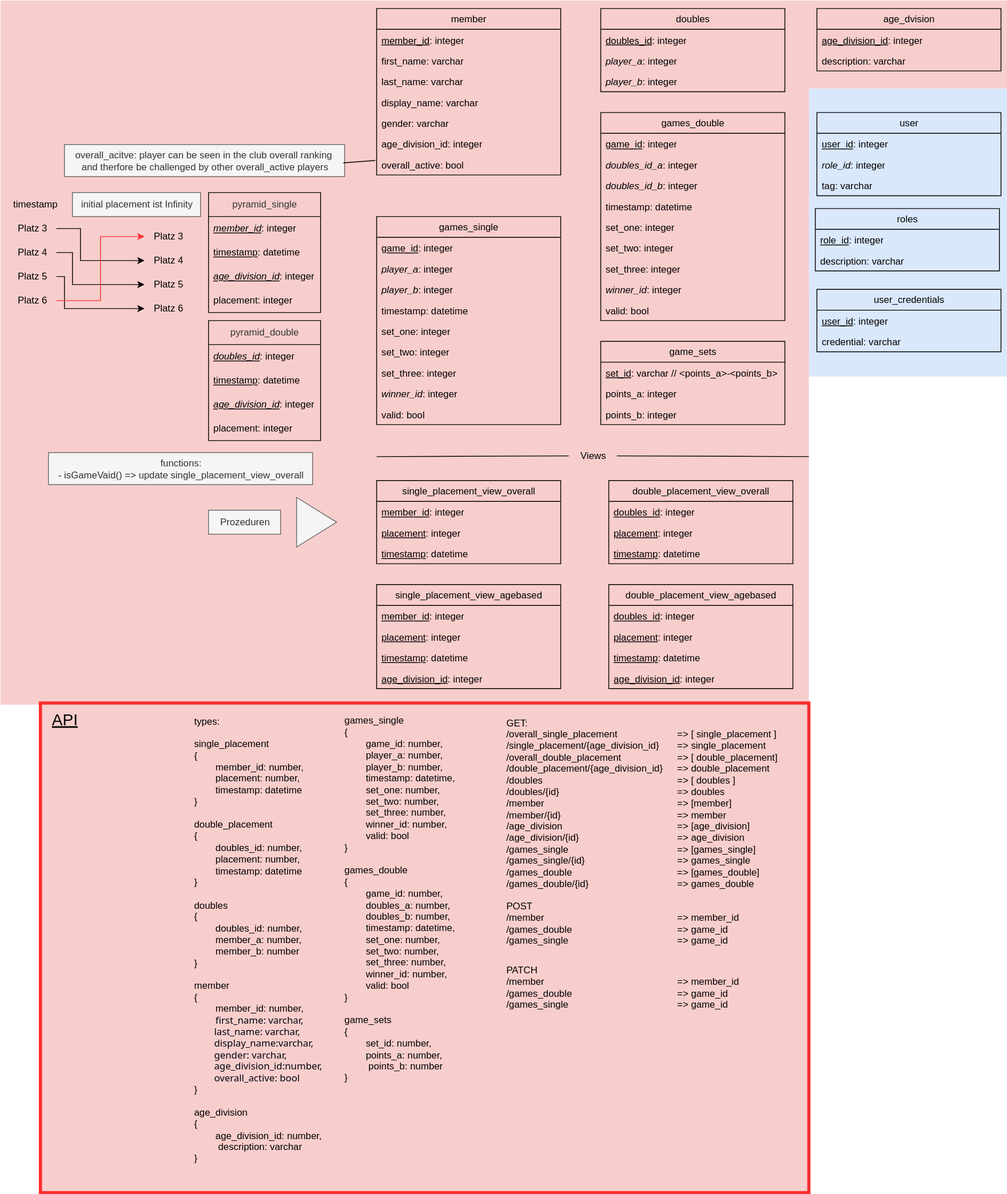
Earlier version of the draw.io export docs/uploads/api_database_doku.drawio.svg (mexterng/badminton_bcgw). Source tidied: cells renumbered, new cells last; positions are measured from the earlier drawing's top-left corner, leaving out a move shared by most shapes.
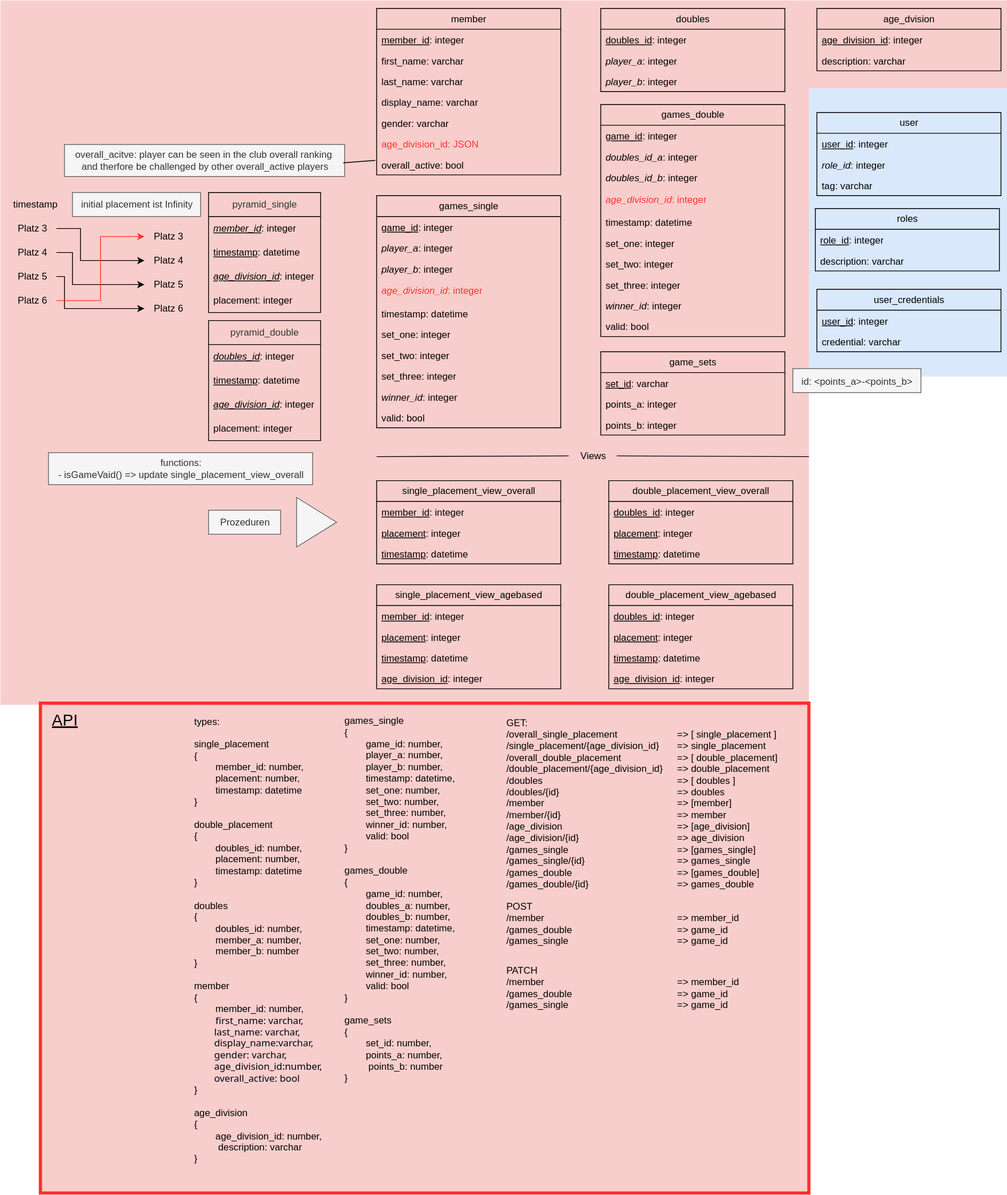
Later version of the same file.

Commit message:
feat(db): add age_division to games_single and games_double; change age_division_id to JSON

The edit, as a diff of the source:
```diff
@@ -32,14 +32,14 @@
     <mxCell id="11" value="gender: varchar" style="text;strokeColor=none;fillColor=none;align=left;verticalAlign=top;spacingLeft=4;spacingRight=4;overflow=hidden;whiteSpace=wrap;html=1;" parent="6" vertex="1">
       <mxGeometry y="130" width="230" height="26" as="geometry" />
     </mxCell>
-    <mxCell id="12" value="age_division_id: integer" style="text;strokeColor=none;fillColor=none;align=left;verticalAlign=top;spacingLeft=4;spacingRight=4;overflow=hidden;whiteSpace=wrap;html=1;" parent="6" vertex="1">
+    <mxCell id="12" value="&lt;font style=&quot;color: rgb(255, 51, 51);&quot;&gt;age_division_id: JSON&lt;/font&gt;" style="text;strokeColor=none;fillColor=none;align=left;verticalAlign=top;spacingLeft=4;spacingRight=4;overflow=hidden;whiteSpace=wrap;html=1;" parent="6" vertex="1">
       <mxGeometry y="156" width="230" height="26" as="geometry" />
     </mxCell>
     <mxCell id="13" value="overall_active: bool" style="text;strokeColor=none;fillColor=none;align=left;verticalAlign=top;spacingLeft=4;spacingRight=4;overflow=hidden;points=[[0,0.5],[1,0.5]];portConstraint=eastwest;whiteSpace=wrap;html=1;" parent="6" vertex="1">
       <mxGeometry y="182" width="230" height="26" as="geometry" />
     </mxCell>
     <mxCell id="14" value="games_double" style="swimlane;fontStyle=0;horizontal=1;startSize=26;fillColor=none;whiteSpace=wrap;html=1;" parent="1" vertex="1">
-      <mxGeometry x="750" y="140" width="230" height="260" as="geometry" />
+      <mxGeometry x="750" y="130" width="230" height="290" as="geometry" />
     </mxCell>
     <mxCell id="15" value="&lt;u&gt;game_id&lt;/u&gt;: integer" style="text;strokeColor=none;fillColor=none;align=left;verticalAlign=top;spacingLeft=4;spacingRight=4;overflow=hidden;whiteSpace=wrap;html=1;" parent="14" vertex="1">
       <mxGeometry y="26" width="230" height="26" as="geometry" />
@@ -50,28 +50,31 @@
     <mxCell id="17" value="&lt;span style=&quot;text-align: center;&quot;&gt;&lt;i&gt;doubles_id_b&lt;/i&gt;&lt;/span&gt;: integer" style="text;strokeColor=none;fillColor=none;align=left;verticalAlign=top;spacingLeft=4;spacingRight=4;overflow=hidden;whiteSpace=wrap;html=1;" parent="14" vertex="1">
       <mxGeometry y="78" width="230" height="26" as="geometry" />
     </mxCell>
+    <mxCell id="112" value="&lt;i&gt;age_division_id&lt;/i&gt;: integer" style="text;strokeColor=none;fillColor=none;align=left;verticalAlign=middle;spacingLeft=4;spacingRight=4;overflow=hidden;whiteSpace=wrap;html=1;fontColor=#FF3333;" parent="14" vertex="1">
+      <mxGeometry y="104" width="230" height="30" as="geometry" />
+    </mxCell>
     <mxCell id="18" value="timestamp: datetime" style="text;strokeColor=none;fillColor=none;align=left;verticalAlign=top;spacingLeft=4;spacingRight=4;overflow=hidden;whiteSpace=wrap;html=1;" parent="14" vertex="1">
-      <mxGeometry y="104" width="230" height="26" as="geometry" />
+      <mxGeometry y="134" width="230" height="26" as="geometry" />
     </mxCell>
     <mxCell id="19" value="set_one: integer" style="text;strokeColor=none;fillColor=none;align=left;verticalAlign=top;spacingLeft=4;spacingRight=4;overflow=hidden;whiteSpace=wrap;html=1;" parent="14" vertex="1">
-      <mxGeometry y="130" width="230" height="26" as="geometry" />
+      <mxGeometry y="160" width="230" height="26" as="geometry" />
     </mxCell>
     <mxCell id="20" value="set_two: integer" style="text;strokeColor=none;fillColor=none;align=left;verticalAlign=top;spacingLeft=4;spacingRight=4;overflow=hidden;whiteSpace=wrap;html=1;" parent="14" vertex="1">
-      <mxGeometry y="156" width="230" height="26" as="geometry" />
+      <mxGeometry y="186" width="230" height="26" as="geometry" />
     </mxCell>
     <mxCell id="21" value="set_three: integer" style="text;strokeColor=none;fillColor=none;align=left;verticalAlign=top;spacingLeft=4;spacingRight=4;overflow=hidden;whiteSpace=wrap;html=1;" parent="14" vertex="1">
-      <mxGeometry y="182" width="230" height="26" as="geometry" />
+      <mxGeometry y="212" width="230" height="26" as="geometry" />
     </mxCell>
     <mxCell id="22" value="&lt;i&gt;winner_id&lt;/i&gt;: integer" style="text;strokeColor=none;fillColor=none;align=left;verticalAlign=top;spacingLeft=4;spacingRight=4;overflow=hidden;whiteSpace=wrap;html=1;" parent="14" vertex="1">
-      <mxGeometry y="208" width="230" height="26" as="geometry" />
+      <mxGeometry y="238" width="230" height="26" as="geometry" />
     </mxCell>
     <mxCell id="23" value="valid: bool" style="text;strokeColor=none;fillColor=none;align=left;verticalAlign=top;spacingLeft=4;spacingRight=4;overflow=hidden;whiteSpace=wrap;html=1;" parent="14" vertex="1">
-      <mxGeometry y="234" width="230" height="26" as="geometry" />
+      <mxGeometry y="264" width="230" height="26" as="geometry" />
     </mxCell>
     <mxCell id="24" value="game_sets" style="swimlane;fontStyle=0;horizontal=1;startSize=26;fillColor=none;whiteSpace=wrap;html=1;" parent="1" vertex="1">
-      <mxGeometry x="750" y="426" width="230" height="104" as="geometry" />
+      <mxGeometry x="750" y="439" width="230" height="104" as="geometry" />
     </mxCell>
-    <mxCell id="25" value="&lt;u&gt;set_id&lt;/u&gt;: varchar // &amp;lt;points_a&amp;gt;-&amp;lt;points_b&amp;gt;" style="text;strokeColor=none;fillColor=none;align=left;verticalAlign=top;spacingLeft=4;spacingRight=4;overflow=hidden;whiteSpace=wrap;html=1;" parent="24" vertex="1">
+    <mxCell id="25" value="&lt;u&gt;set_id&lt;/u&gt;: varchar" style="text;strokeColor=none;fillColor=none;align=left;verticalAlign=top;spacingLeft=4;spacingRight=4;overflow=hidden;whiteSpace=wrap;html=1;" parent="24" vertex="1">
       <mxGeometry y="26" width="230" height="26" as="geometry" />
     </mxCell>
     <mxCell id="26" value="points_a: integer" style="text;strokeColor=none;fillColor=none;align=left;verticalAlign=top;spacingLeft=4;spacingRight=4;overflow=hidden;whiteSpace=wrap;html=1;" parent="24" vertex="1">
@@ -81,7 +84,7 @@
       <mxGeometry y="78" width="230" height="26" as="geometry" />
     </mxCell>
     <mxCell id="28" value="games_single" style="swimlane;fontStyle=0;horizontal=1;startSize=26;fillColor=none;whiteSpace=wrap;html=1;" parent="1" vertex="1">
-      <mxGeometry x="470" y="270" width="230" height="260" as="geometry" />
+      <mxGeometry x="470" y="244" width="230" height="290" as="geometry" />
     </mxCell>
     <mxCell id="29" value="&lt;u&gt;game_id&lt;/u&gt;: integer" style="text;strokeColor=none;fillColor=none;align=left;verticalAlign=top;spacingLeft=4;spacingRight=4;overflow=hidden;whiteSpace=wrap;html=1;" parent="28" vertex="1">
       <mxGeometry y="26" width="230" height="26" as="geometry" />
@@ -92,23 +95,26 @@
     <mxCell id="31" value="&lt;i&gt;player_b&lt;/i&gt;: integer" style="text;strokeColor=none;fillColor=none;align=left;verticalAlign=top;spacingLeft=4;spacingRight=4;overflow=hidden;whiteSpace=wrap;html=1;" parent="28" vertex="1">
       <mxGeometry y="78" width="230" height="26" as="geometry" />
     </mxCell>
+    <mxCell id="113" value="&lt;i&gt;age_division_id&lt;/i&gt;: integer" style="text;strokeColor=none;fillColor=none;align=left;verticalAlign=middle;spacingLeft=4;spacingRight=4;overflow=hidden;whiteSpace=wrap;html=1;fontColor=#FF3333;" parent="28" vertex="1">
+      <mxGeometry y="104" width="230" height="30" as="geometry" />
+    </mxCell>
     <mxCell id="32" value="timestamp: datetime" style="text;strokeColor=none;fillColor=none;align=left;verticalAlign=top;spacingLeft=4;spacingRight=4;overflow=hidden;whiteSpace=wrap;html=1;" parent="28" vertex="1">
-      <mxGeometry y="104" width="230" height="26" as="geometry" />
+      <mxGeometry y="134" width="230" height="26" as="geometry" />
     </mxCell>
     <mxCell id="33" value="set_one: integer" style="text;strokeColor=none;fillColor=none;align=left;verticalAlign=top;spacingLeft=4;spacingRight=4;overflow=hidden;whiteSpace=wrap;html=1;" parent="28" vertex="1">
-      <mxGeometry y="130" width="230" height="26" as="geometry" />
+      <mxGeometry y="160" width="230" height="26" as="geometry" />
     </mxCell>
     <mxCell id="34" value="set_two: integer" style="text;strokeColor=none;fillColor=none;align=left;verticalAlign=top;spacingLeft=4;spacingRight=4;overflow=hidden;whiteSpace=wrap;html=1;" parent="28" vertex="1">
-      <mxGeometry y="156" width="230" height="26" as="geometry" />
+      <mxGeometry y="186" width="230" height="26" as="geometry" />
     </mxCell>
     <mxCell id="35" value="set_three: integer" style="text;strokeColor=none;fillColor=none;align=left;verticalAlign=top;spacingLeft=4;spacingRight=4;overflow=hidden;whiteSpace=wrap;html=1;" parent="28" vertex="1">
-      <mxGeometry y="182" width="230" height="26" as="geometry" />
+      <mxGeometry y="212" width="230" height="26" as="geometry" />
     </mxCell>
     <mxCell id="36" value="&lt;i&gt;winner_id&lt;/i&gt;: integer" style="text;strokeColor=none;fillColor=none;align=left;verticalAlign=top;spacingLeft=4;spacingRight=4;overflow=hidden;whiteSpace=wrap;html=1;" parent="28" vertex="1">
-      <mxGeometry y="208" width="230" height="26" as="geometry" />
+      <mxGeometry y="238" width="230" height="26" as="geometry" />
     </mxCell>
     <mxCell id="37" value="valid: bool" style="text;strokeColor=none;fillColor=none;align=left;verticalAlign=top;spacingLeft=4;spacingRight=4;overflow=hidden;whiteSpace=wrap;html=1;" parent="28" vertex="1">
-      <mxGeometry y="234" width="230" height="26" as="geometry" />
+      <mxGeometry y="264" width="230" height="26" as="geometry" />
     </mxCell>
     <mxCell id="38" value="doubles" style="swimlane;fontStyle=0;horizontal=1;startSize=26;fillColor=none;whiteSpace=wrap;html=1;" parent="1" vertex="1">
       <mxGeometry x="750" y="10" width="230" height="104" as="geometry" />
@@ -351,5 +357,8 @@
     <mxCell id="111" value="initial placement ist Infinity" style="text;html=1;align=center;verticalAlign=middle;strokeColor=#666666;fillColor=#f5f5f5;fontColor=#333333;" parent="1" vertex="1">
       <mxGeometry x="90" y="240" width="160" height="30" as="geometry" />
     </mxCell>
+    <mxCell id="114" value="id: &lt;points_a&gt;-&lt;points_b&gt;" style="text;align=center;verticalAlign=middle;strokeColor=#666666;fillColor=#f5f5f5;fontColor=#333333;" parent="1" vertex="1">
+      <mxGeometry x="990" y="460" width="160" height="30" as="geometry" />
+    </mxCell>
   </root>
 </mxGraphModel>
```
